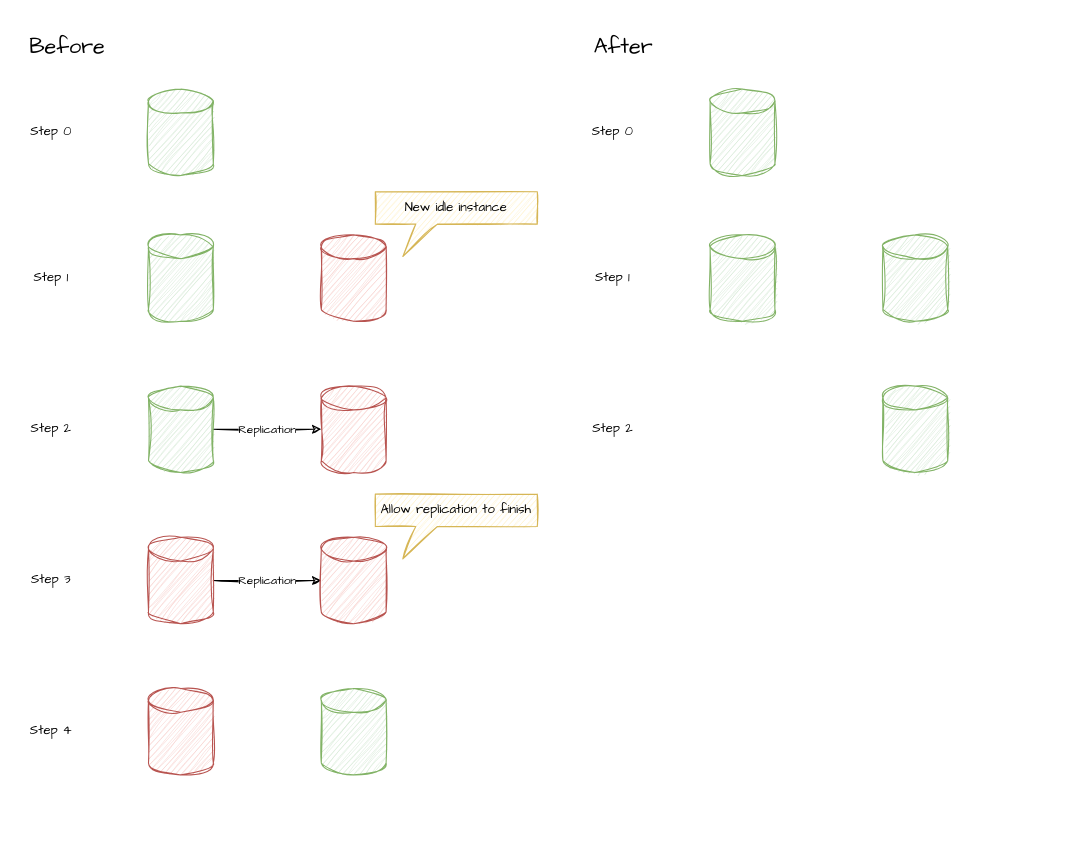
Earlier version of the draw.io diagram 003_failover_region/database_migration/diagram.drawio (codingconcepts/architecture-simplification). Source tidied: cells renumbered, new cells numbered last; positions are measured from the earlier drawing's top-left corner, leaving out a move shared by most shapes. Both pictures are drawn from the tidied source at 108%, with x=0, y=0 at pixel (18, 29).
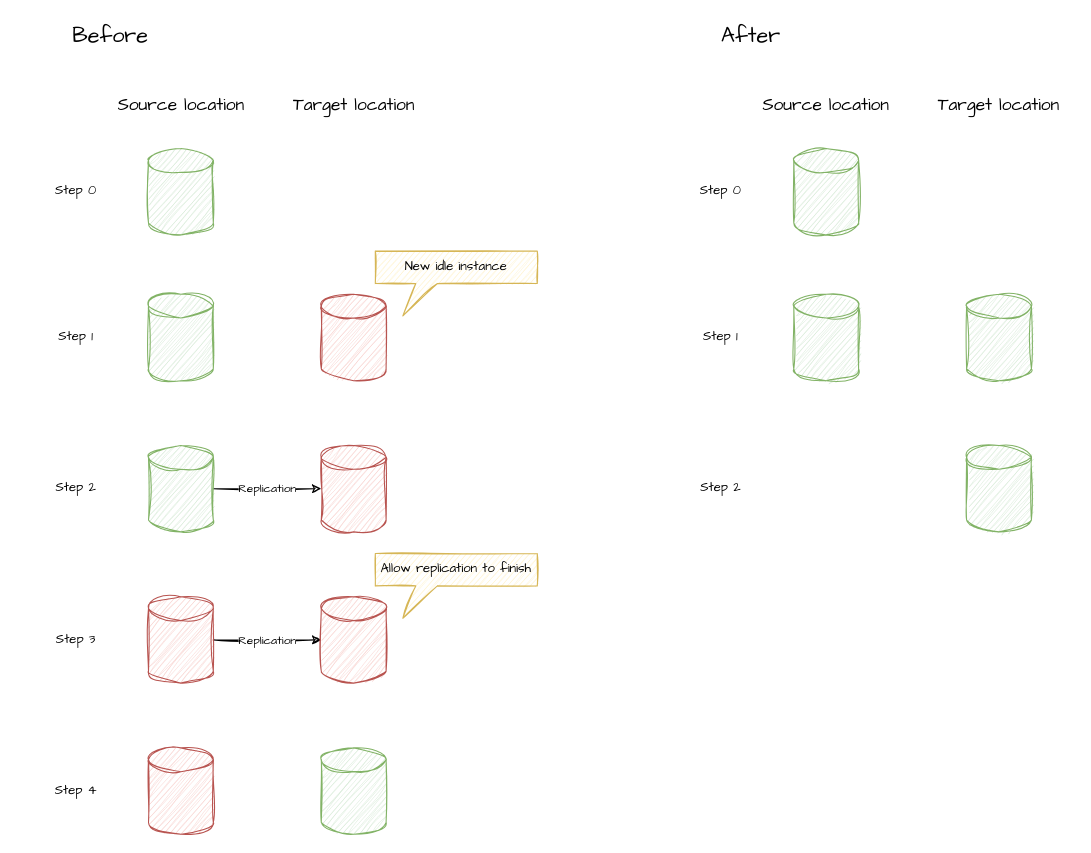
The same diagram, later.

Change to the diagram source:
```diff
@@
     <mxCell id="2" value="Before" style="text;html=1;strokeColor=none;fillColor=none;align=center;verticalAlign=middle;whiteSpace=wrap;rounded=0;sketch=1;fontFamily=Architects Daughter;fontSize=20;" parent="1" vertex="1">
-      <mxGeometry width="90" height="30" as="geometry" />
+      <mxGeometry x="40" y="-10" width="90" height="30" as="geometry" />
     </mxCell>
     <mxCell id="3" style="shape=cylinder3;whiteSpace=wrap;html=1;boundedLbl=1;backgroundOutline=1;size=11;fillColor=#d5e8d4;sketch=1;curveFitting=1;jiggle=2;strokeColor=#82b366;" parent="1" vertex="1">
-      <mxGeometry x="120" y="55" width="60" height="80" as="geometry" />
+      <mxGeometry x="120" y="110" width="60" height="80" as="geometry" />
     </mxCell>
     <mxCell id="4" value="Step 0" style="text;html=1;strokeColor=none;fillColor=none;align=center;verticalAlign=middle;whiteSpace=wrap;rounded=0;sketch=1;fontFamily=Architects Daughter;" parent="1" vertex="1">
-      <mxGeometry y="80" width="60" height="30" as="geometry" />
+      <mxGeometry x="22.5" y="135" width="60" height="30" as="geometry" />
     </mxCell>
     <mxCell id="5" style="shape=cylinder3;whiteSpace=wrap;html=1;boundedLbl=1;backgroundOutline=1;size=11;fillColor=#d5e8d4;sketch=1;curveFitting=1;jiggle=2;strokeColor=#82b366;" parent="1" vertex="1">
-      <mxGeometry x="120" y="190" width="60" height="80" as="geometry" />
+      <mxGeometry x="120" y="245" width="60" height="80" as="geometry" />
     </mxCell>
     <mxCell id="6" value="Step 1" style="text;html=1;strokeColor=none;fillColor=none;align=center;verticalAlign=middle;whiteSpace=wrap;rounded=0;sketch=1;fontFamily=Architects Daughter;" parent="1" vertex="1">
-      <mxGeometry y="215" width="60" height="30" as="geometry" />
+      <mxGeometry x="22.5" y="270" width="60" height="30" as="geometry" />
     </mxCell>
     <mxCell id="7" style="shape=cylinder3;whiteSpace=wrap;html=1;boundedLbl=1;backgroundOutline=1;size=11;fillColor=#f8cecc;sketch=1;curveFitting=1;jiggle=2;strokeColor=#b85450;" parent="1" vertex="1">
-      <mxGeometry x="280" y="190" width="60" height="80" as="geometry" />
+      <mxGeometry x="280" y="245" width="60" height="80" as="geometry" />
     </mxCell>
@@
     <mxCell id="9" style="shape=cylinder3;whiteSpace=wrap;html=1;boundedLbl=1;backgroundOutline=1;size=11;fillColor=#d5e8d4;sketch=1;curveFitting=1;jiggle=2;strokeColor=#82b366;" parent="1" vertex="1">
-      <mxGeometry x="120" y="330" width="60" height="80" as="geometry" />
+      <mxGeometry x="120" y="385" width="60" height="80" as="geometry" />
     </mxCell>
     <mxCell id="10" value="Step 2" style="text;html=1;strokeColor=none;fillColor=none;align=center;verticalAlign=middle;whiteSpace=wrap;rounded=0;sketch=1;fontFamily=Architects Daughter;" parent="1" vertex="1">
-      <mxGeometry y="355" width="60" height="30" as="geometry" />
+      <mxGeometry x="22.5" y="410" width="60" height="30" as="geometry" />
     </mxCell>
     <mxCell id="11" style="shape=cylinder3;whiteSpace=wrap;html=1;boundedLbl=1;backgroundOutline=1;size=11;fillColor=#f8cecc;sketch=1;curveFitting=1;jiggle=2;strokeColor=#b85450;" parent="1" vertex="1">
-      <mxGeometry x="280" y="330" width="60" height="80" as="geometry" />
+      <mxGeometry x="280" y="385" width="60" height="80" as="geometry" />
     </mxCell>
@@
     <mxCell id="13" style="shape=cylinder3;whiteSpace=wrap;html=1;boundedLbl=1;backgroundOutline=1;size=11;fillColor=#f8cecc;sketch=1;curveFitting=1;jiggle=2;strokeColor=#b85450;" parent="1" vertex="1">
-      <mxGeometry x="120" y="470" width="60" height="80" as="geometry" />
+      <mxGeometry x="120" y="525" width="60" height="80" as="geometry" />
     </mxCell>
     <mxCell id="14" value="Step 3" style="text;html=1;strokeColor=none;fillColor=none;align=center;verticalAlign=middle;whiteSpace=wrap;rounded=0;sketch=1;fontFamily=Architects Daughter;" parent="1" vertex="1">
-      <mxGeometry y="495" width="60" height="30" as="geometry" />
+      <mxGeometry x="22.5" y="550" width="60" height="30" as="geometry" />
     </mxCell>
     <mxCell id="15" style="shape=cylinder3;whiteSpace=wrap;html=1;boundedLbl=1;backgroundOutline=1;size=11;fillColor=#f8cecc;sketch=1;curveFitting=1;jiggle=2;strokeColor=#b85450;" parent="1" vertex="1">
-      <mxGeometry x="280" y="470" width="60" height="80" as="geometry" />
+      <mxGeometry x="280" y="525" width="60" height="80" as="geometry" />
     </mxCell>
     <mxCell id="16" style="shape=cylinder3;whiteSpace=wrap;html=1;boundedLbl=1;backgroundOutline=1;size=11;fillColor=#f8cecc;sketch=1;curveFitting=1;jiggle=2;strokeColor=#b85450;" parent="1" vertex="1">
-      <mxGeometry x="120" y="610" width="60" height="80" as="geometry" />
+      <mxGeometry x="120" y="665" width="60" height="80" as="geometry" />
     </mxCell>
     <mxCell id="17" value="Step 4" style="text;html=1;strokeColor=none;fillColor=none;align=center;verticalAlign=middle;whiteSpace=wrap;rounded=0;sketch=1;fontFamily=Architects Daughter;" parent="1" vertex="1">
-      <mxGeometry y="635" width="60" height="30" as="geometry" />
+      <mxGeometry x="22.5" y="690" width="60" height="30" as="geometry" />
     </mxCell>
     <mxCell id="18" style="shape=cylinder3;whiteSpace=wrap;html=1;boundedLbl=1;backgroundOutline=1;size=11;fillColor=#d5e8d4;sketch=1;curveFitting=1;jiggle=2;strokeColor=#82b366;" parent="1" vertex="1">
-      <mxGeometry x="280" y="610" width="60" height="80" as="geometry" />
+      <mxGeometry x="280" y="665" width="60" height="80" as="geometry" />
     </mxCell>
     <mxCell id="19" value="After" style="text;html=1;strokeColor=none;fillColor=none;align=center;verticalAlign=middle;whiteSpace=wrap;rounded=0;sketch=1;fontFamily=Architects Daughter;fontSize=20;" parent="1" vertex="1">
-      <mxGeometry x="520" width="80" height="30" as="geometry" />
+      <mxGeometry x="637.5" y="-10" width="80" height="30" as="geometry" />
     </mxCell>
     <mxCell id="20" style="shape=cylinder3;whiteSpace=wrap;html=1;boundedLbl=1;backgroundOutline=1;size=11;fillColor=#d5e8d4;sketch=1;curveFitting=1;jiggle=2;strokeColor=#82b366;" parent="1" vertex="1">
-      <mxGeometry x="640" y="55" width="60" height="80" as="geometry" />
+      <mxGeometry x="717.5" y="110" width="60" height="80" as="geometry" />
     </mxCell>
     <mxCell id="21" value="Step 0" style="text;html=1;strokeColor=none;fillColor=none;align=center;verticalAlign=middle;whiteSpace=wrap;rounded=0;sketch=1;fontFamily=Architects Daughter;" parent="1" vertex="1">
-      <mxGeometry x="520" y="80" width="60" height="30" as="geometry" />
+      <mxGeometry x="620" y="135" width="60" height="30" as="geometry" />
     </mxCell>
     <mxCell id="22" style="shape=cylinder3;whiteSpace=wrap;html=1;boundedLbl=1;backgroundOutline=1;size=11;fillColor=#d5e8d4;sketch=1;curveFitting=1;jiggle=2;strokeColor=#82b366;" parent="1" vertex="1">
-      <mxGeometry x="640" y="190" width="60" height="80" as="geometry" />
+      <mxGeometry x="717.5" y="245" width="60" height="80" as="geometry" />
     </mxCell>
     <mxCell id="23" value="Step 1" style="text;html=1;strokeColor=none;fillColor=none;align=center;verticalAlign=middle;whiteSpace=wrap;rounded=0;sketch=1;fontFamily=Architects Daughter;" parent="1" vertex="1">
-      <mxGeometry x="520" y="215" width="60" height="30" as="geometry" />
+      <mxGeometry x="620" y="270" width="60" height="30" as="geometry" />
     </mxCell>
     <mxCell id="24" style="shape=cylinder3;whiteSpace=wrap;html=1;boundedLbl=1;backgroundOutline=1;size=11;fillColor=#d5e8d4;sketch=1;curveFitting=1;jiggle=2;strokeColor=#82b366;" parent="1" vertex="1">
-      <mxGeometry x="800" y="190" width="60" height="80" as="geometry" />
+      <mxGeometry x="877.5" y="245" width="60" height="80" as="geometry" />
     </mxCell>
     <mxCell id="25" value="Step 2" style="text;html=1;strokeColor=none;fillColor=none;align=center;verticalAlign=middle;whiteSpace=wrap;rounded=0;sketch=1;fontFamily=Architects Daughter;" parent="1" vertex="1">
-      <mxGeometry x="520" y="355" width="60" height="30" as="geometry" />
+      <mxGeometry x="620" y="410" width="60" height="30" as="geometry" />
     </mxCell>
     <mxCell id="26" style="shape=cylinder3;whiteSpace=wrap;html=1;boundedLbl=1;backgroundOutline=1;size=11;fillColor=#d5e8d4;sketch=1;curveFitting=1;jiggle=2;strokeColor=#82b366;" parent="1" vertex="1">
-      <mxGeometry x="800" y="330" width="60" height="80" as="geometry" />
+      <mxGeometry x="877.5" y="385" width="60" height="80" as="geometry" />
     </mxCell>
     <mxCell id="27" value="New idle instance" style="shape=callout;whiteSpace=wrap;html=1;perimeter=calloutPerimeter;sketch=1;fontFamily=Architects Daughter;fillColor=#fff2cc;strokeColor=#d6b656;size=30;position=0.25;position2=0.17;" parent="1" vertex="1">
-      <mxGeometry x="330" y="150" width="150" height="60" as="geometry" />
+      <mxGeometry x="330" y="205" width="150" height="60" as="geometry" />
     </mxCell>
     <mxCell id="28" value="Allow replication to finish" style="shape=callout;whiteSpace=wrap;html=1;perimeter=calloutPerimeter;sketch=1;fontFamily=Architects Daughter;fillColor=#fff2cc;strokeColor=#d6b656;size=30;position=0.25;position2=0.17;" parent="1" vertex="1">
-      <mxGeometry x="330" y="430" width="150" height="60" as="geometry" />
+      <mxGeometry x="330" y="485" width="150" height="60" as="geometry" />
     </mxCell>
+    <mxCell id="29" value="Source location" style="text;html=1;strokeColor=none;fillColor=none;align=center;verticalAlign=middle;whiteSpace=wrap;rounded=0;sketch=1;fontFamily=Architects Daughter;fontSize=16;" parent="1" vertex="1">
+      <mxGeometry x="82.5" y="55" width="135" height="30" as="geometry" />
+    </mxCell>
+    <mxCell id="30" value="Target location" style="text;html=1;strokeColor=none;fillColor=none;align=center;verticalAlign=middle;whiteSpace=wrap;rounded=0;sketch=1;fontFamily=Architects Daughter;fontSize=16;" parent="1" vertex="1">
+      <mxGeometry x="242.5" y="55" width="135" height="30" as="geometry" />
+    </mxCell>
+    <mxCell id="31" value="Source location" style="text;html=1;strokeColor=none;fillColor=none;align=center;verticalAlign=middle;whiteSpace=wrap;rounded=0;sketch=1;fontFamily=Architects Daughter;fontSize=16;" parent="1" vertex="1">
+      <mxGeometry x="680" y="55" width="135" height="30" as="geometry" />
+    </mxCell>
+    <mxCell id="32" value="Target location" style="text;html=1;strokeColor=none;fillColor=none;align=center;verticalAlign=middle;whiteSpace=wrap;rounded=0;sketch=1;fontFamily=Architects Daughter;fontSize=16;" parent="1" vertex="1">
+      <mxGeometry x="840" y="55" width="135" height="30" as="geometry" />
+    </mxCell>
```
